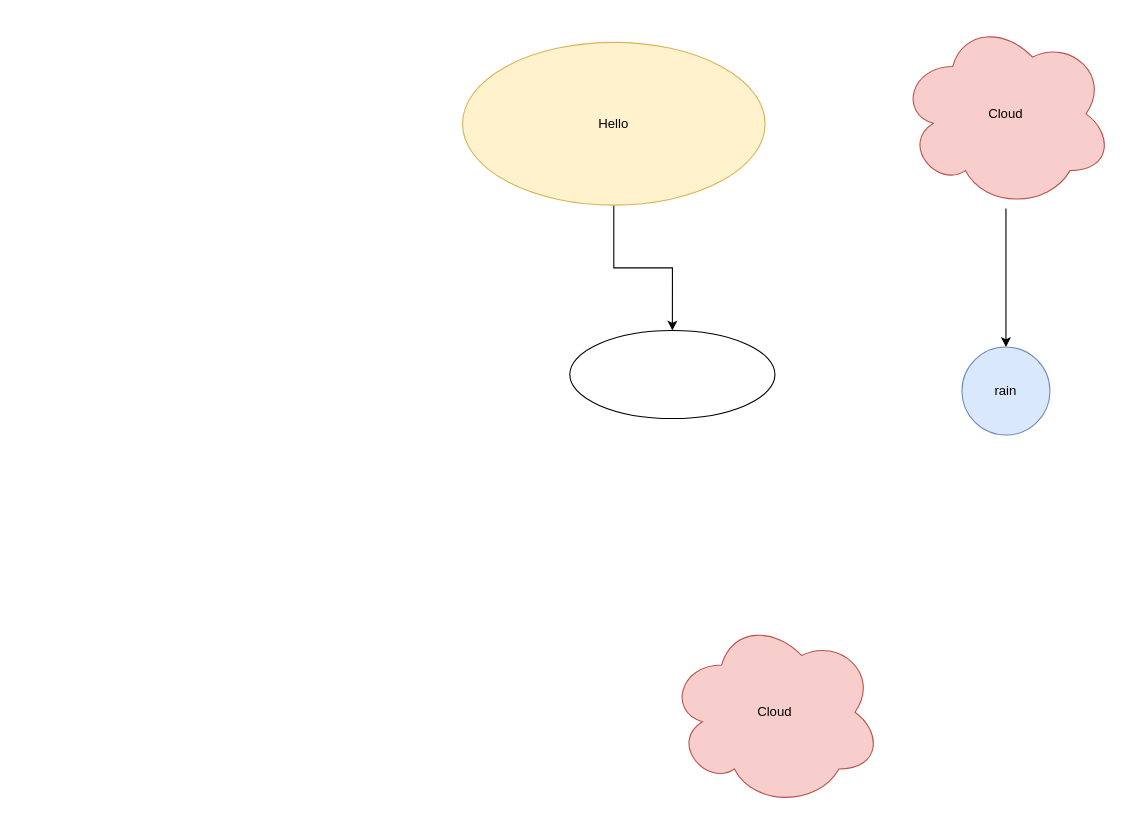
This is Untitled Diagram.drawio from herowoac/files, a draw.io file, before an edit. Source tidied: cells renumbered, new cells numbered last; positions are measured from the earlier drawing's top-left corner, leaving out a move shared by most shapes. Both pictures are drawn from the tidied source at 110%, with x=0, y=0 at pixel (462, 19).
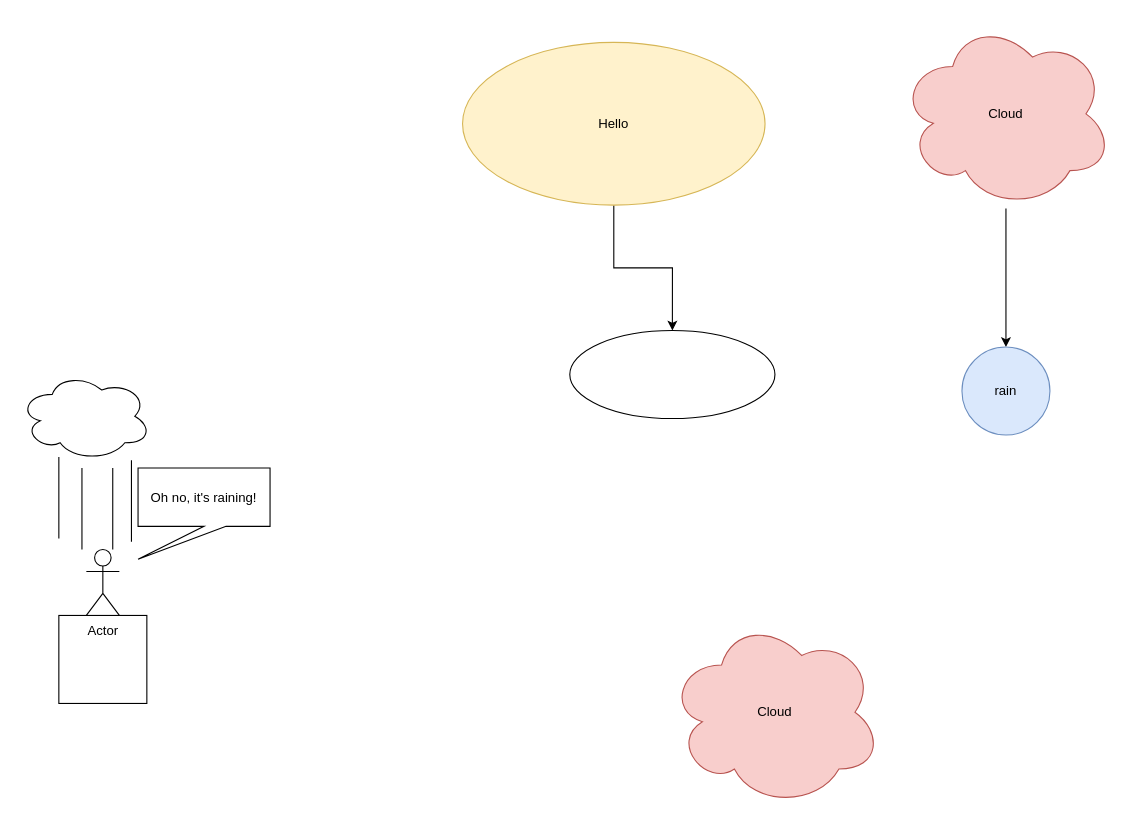
The same page after the edit.

Diff of the diagram source:
```diff
@@
+    <mxCell id="9" style="whiteSpace=wrap;html=1;" parent="1" vertex="1">
+      <mxGeometry x="-367" y="542" width="80" height="80" as="geometry" />
+    </mxCell>
+    <mxCell id="10" value="Actor" style="shape=umlActor;verticalLabelPosition=bottom;verticalAlign=top;html=1;" parent="1" vertex="1">
+      <mxGeometry x="-342" y="482" width="30" height="60" as="geometry" />
+    </mxCell>
+    <mxCell id="11" style="ellipse;shape=cloud;whiteSpace=wrap;html=1;" parent="1" vertex="1">
+      <mxGeometry x="-403" y="321" width="120" height="80" as="geometry" />
+    </mxCell>
+    <mxCell id="12" style="endArrow=none;html=1;rounded=0;" parent="1" edge="1">
+      <mxGeometry relative="1" as="geometry">
+        <mxPoint x="-367" y="472" as="sourcePoint" />
+        <mxPoint x="-367" y="398" as="targetPoint" />
+      </mxGeometry>
+    </mxCell>
+    <mxCell id="13" style="endArrow=none;html=1;rounded=0;" parent="1" edge="1">
+      <mxGeometry relative="1" as="geometry">
+        <mxPoint x="-346" y="482" as="sourcePoint" />
+        <mxPoint x="-346" y="408" as="targetPoint" />
+      </mxGeometry>
+    </mxCell>
+    <mxCell id="14" style="endArrow=none;html=1;rounded=0;" parent="1" edge="1">
+      <mxGeometry relative="1" as="geometry">
+        <mxPoint x="-318" y="482" as="sourcePoint" />
+        <mxPoint x="-318" y="408" as="targetPoint" />
+      </mxGeometry>
+    </mxCell>
+    <mxCell id="15" style="endArrow=none;html=1;rounded=0;" parent="1" edge="1">
+      <mxGeometry relative="1" as="geometry">
+        <mxPoint x="-301" y="475" as="sourcePoint" />
+        <mxPoint x="-301" y="401" as="targetPoint" />
+      </mxGeometry>
+    </mxCell>
+    <mxCell id="16" value="Oh no, it's raining!" style="shape=callout;whiteSpace=wrap;html=1;perimeter=calloutPerimeter;position2=0;" parent="1" vertex="1">
+      <mxGeometry x="-295" y="408" width="120" height="83" as="geometry" />
+    </mxCell>
```
